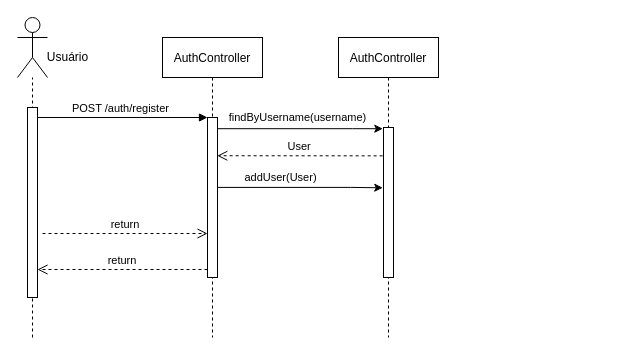
The draw.io diagram src/main/resources/documentation/ds-create-task.drawio in hermscoder/taskme-app, before the edit. Source tidied: cells renumbered, new cells numbered last; positions are measured from the earlier drawing's top-left corner, leaving out a move shared by most shapes. Both pictures are drawn from the tidied source at 100%, with x=0, y=0 at pixel (17, 17).
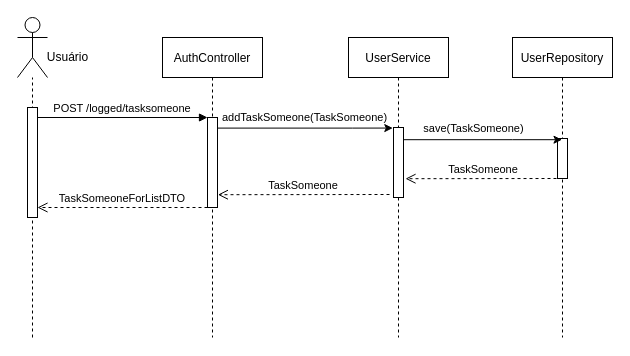
Above is the later version.

Unchanged cells that the change refers to:
```xml
<mxCell id="3" value="AuthController" style="shape=umlLifeline;perimeter=lifelinePerimeter;rounded=0;shadow=0;strokeWidth=1;" parent="1" vertex="1">
  <mxGeometry x="145" y="20" width="100" height="300" as="geometry" />
</mxCell>
```

Diff of the diagram source:
```diff
@@
     <mxCell id="4" style="points=[];perimeter=orthogonalPerimeter;rounded=0;shadow=0;strokeWidth=1;" parent="3" vertex="1">
-      <mxGeometry x="45" y="80" width="10" height="160" as="geometry" />
+      <mxGeometry x="45" y="80" width="10" height="90" as="geometry" />
     </mxCell>
-    <mxCell id="5" value="return" style="verticalAlign=bottom;endArrow=open;dashed=1;endSize=8;exitX=0;exitY=0.95;shadow=0;strokeWidth=1;" parent="1" edge="1" source="4" target="8">
-      <mxGeometry relative="1" as="geometry" />
+    <mxCell id="5" value="TaskSomeoneForListDTO" style="verticalAlign=bottom;endArrow=open;dashed=1;endSize=8;exitX=0;exitY=0.95;shadow=0;strokeWidth=1;" parent="1" edge="1">
+      <mxGeometry relative="1" as="geometry">
+        <mxPoint x="190" y="190" as="sourcePoint" />
+        <mxPoint x="20" y="190" as="targetPoint" />
+      </mxGeometry>
     </mxCell>
-    <mxCell id="6" value="POST /auth/register " style="verticalAlign=bottom;endArrow=block;entryX=0;entryY=0;shadow=0;strokeWidth=1;" parent="1" edge="1" source="8" target="4">
+    <mxCell id="6" value="POST /logged/tasksomeone" style="verticalAlign=bottom;endArrow=block;entryX=0;entryY=0;shadow=0;strokeWidth=1;" parent="1" edge="1" source="8" target="4">
       <mxGeometry relative="1" as="geometry" />
     </mxCell>
-    <mxCell id="7" value="return" style="verticalAlign=bottom;endArrow=open;dashed=1;endSize=8;exitX=1;exitY=0.95;shadow=0;strokeWidth=1;" parent="1" edge="1" target="4">
-      <mxGeometry relative="1" as="geometry">
-        <mxPoint x="25" y="216" as="sourcePoint" />
-      </mxGeometry>
-    </mxCell>
     <mxCell id="8" style="points=[];perimeter=orthogonalPerimeter;rounded=0;shadow=0;strokeWidth=1;" parent="1" vertex="1">
-      <mxGeometry x="10" y="90" width="10" height="190" as="geometry" />
+      <mxGeometry x="10" y="90" width="10" height="110" as="geometry" />
     </mxCell>
@@
-    <mxCell id="12" value="AuthController" style="shape=umlLifeline;perimeter=lifelinePerimeter;rounded=0;shadow=0;strokeWidth=1;" parent="1" vertex="1">
-      <mxGeometry x="321" y="20" width="100" height="300" as="geometry" />
+    <mxCell id="12" value="UserService" style="shape=umlLifeline;perimeter=lifelinePerimeter;rounded=0;shadow=0;strokeWidth=1;" parent="1" vertex="1">
+      <mxGeometry x="331" y="20" width="100" height="300" as="geometry" />
     </mxCell>
     <mxCell id="13" style="points=[];perimeter=orthogonalPerimeter;rounded=0;shadow=0;strokeWidth=1;" parent="12" vertex="1">
-      <mxGeometry x="45" y="90" width="10" height="150" as="geometry" />
+      <mxGeometry x="45" y="90" width="10" height="70" as="geometry" />
     </mxCell>
@@
-    <mxCell id="15" value="&lt;font style=&quot;font-size: 11px&quot;&gt;findByUsername(username)&lt;/font&gt;" style="text;html=1;align=center;verticalAlign=middle;" parent="1" vertex="1">
-      <mxGeometry x="205" y="90" width="150" height="20" as="geometry" />
+    <mxCell id="15" value="&lt;font style=&quot;font-size: 11px&quot;&gt;addTaskSomeone(TaskSomeone)&lt;/font&gt;" style="text;html=1;align=center;verticalAlign=middle;" parent="1" vertex="1">
+      <mxGeometry x="197" y="90" width="180" height="20" as="geometry" />
     </mxCell>
-    <mxCell id="16" value="User" style="verticalAlign=bottom;endArrow=open;dashed=1;endSize=8;shadow=0;strokeWidth=1;entryX=0.98;entryY=0.239;entryDx=0;entryDy=0;entryPerimeter=0;exitX=-0.087;exitY=0.189;exitDx=0;exitDy=0;exitPerimeter=0;" parent="1" edge="1" source="13" target="4">
-      <mxGeometry relative="1" as="geometry" />
-    </mxCell>
-    <mxCell id="17" style="edgeStyle=orthogonalEdgeStyle;rounded=0;jettySize=auto;html=1;entryX=-0.077;entryY=0.402;entryDx=0;entryDy=0;entryPerimeter=0;exitX=1.06;exitY=0.437;exitDx=0;exitDy=0;exitPerimeter=0;" parent="1" edge="1" source="4" target="13">
-      <mxGeometry relative="1" as="geometry">
-        <Array as="points">
-          <mxPoint x="333" y="170" />
-        </Array>
-      </mxGeometry>
-    </mxCell>
-    <mxCell id="18" value="&lt;font style=&quot;font-size: 11px&quot;&gt;addUser(User)&lt;/font&gt;" style="text;html=1;align=center;verticalAlign=middle;" parent="1" vertex="1">
-      <mxGeometry x="217.5" y="150" width="90" height="20" as="geometry" />
-    </mxCell>
+    <mxCell id="19" value="UserRepository" style="shape=umlLifeline;perimeter=lifelinePerimeter;rounded=0;shadow=0;strokeWidth=1;" parent="1" vertex="1">
+      <mxGeometry x="495" y="20" width="100" height="300" as="geometry" />
+    </mxCell>
+    <mxCell id="20" style="perimeter=orthogonalPerimeter;rounded=0;shadow=0;strokeWidth=1;" parent="19" vertex="1">
+      <mxGeometry x="45" y="101" width="10" height="40" as="geometry" />
+    </mxCell>
+    <mxCell id="21" style="edgeStyle=orthogonalEdgeStyle;rounded=0;orthogonalLoop=1;jettySize=auto;html=1;" parent="1" edge="1">
+      <mxGeometry relative="1" as="geometry">
+        <mxPoint x="386" y="122.2" as="sourcePoint" />
+        <mxPoint x="544.5" y="122.2" as="targetPoint" />
+        <Array as="points">
+          <mxPoint x="495" y="122" />
+          <mxPoint x="495" y="122" />
+        </Array>
+      </mxGeometry>
+    </mxCell>
+    <mxCell id="22" value="&lt;font style=&quot;font-size: 11px&quot;&gt;save(TaskSomeone)&lt;/font&gt;" style="text;html=1;align=center;verticalAlign=middle;" parent="1" vertex="1">
+      <mxGeometry x="396.2" y="101" width="120" height="20" as="geometry" />
+    </mxCell>
+    <mxCell id="23" value="TaskSomeone" style="verticalAlign=bottom;endArrow=open;dashed=1;endSize=8;shadow=0;strokeWidth=1;entryX=0.98;entryY=0.239;entryDx=0;entryDy=0;entryPerimeter=0;" parent="1" edge="1">
+      <mxGeometry relative="1" as="geometry">
+        <mxPoint x="545" y="161" as="sourcePoint" />
+        <mxPoint x="388" y="161.2" as="targetPoint" />
+      </mxGeometry>
+    </mxCell>
+    <mxCell id="24" value="TaskSomeone" style="verticalAlign=bottom;endArrow=open;dashed=1;endSize=8;shadow=0;strokeWidth=1;entryX=0.98;entryY=0.239;entryDx=0;entryDy=0;entryPerimeter=0;" parent="1" edge="1">
+      <mxGeometry relative="1" as="geometry">
+        <mxPoint x="372" y="177" as="sourcePoint" />
+        <mxPoint x="200.4" y="177.2" as="targetPoint" />
+      </mxGeometry>
+    </mxCell>
```
